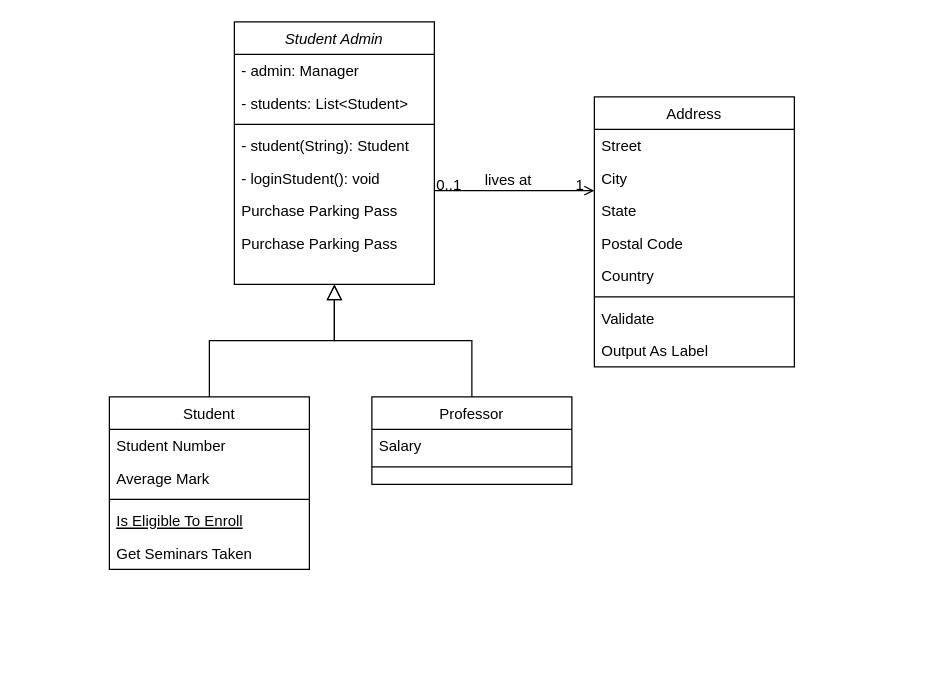
Above: class diagram.drawio in T0R11zzz/Univesity-Enrol (draw.io), before the change. Source tidied: cells renumbered, new cells numbered last; positions are measured from the earlier drawing's top-left corner, leaving out a move shared by most shapes. Both pictures are drawn from the tidied source at 125%, with x=0, y=0 at pixel (109, 21).
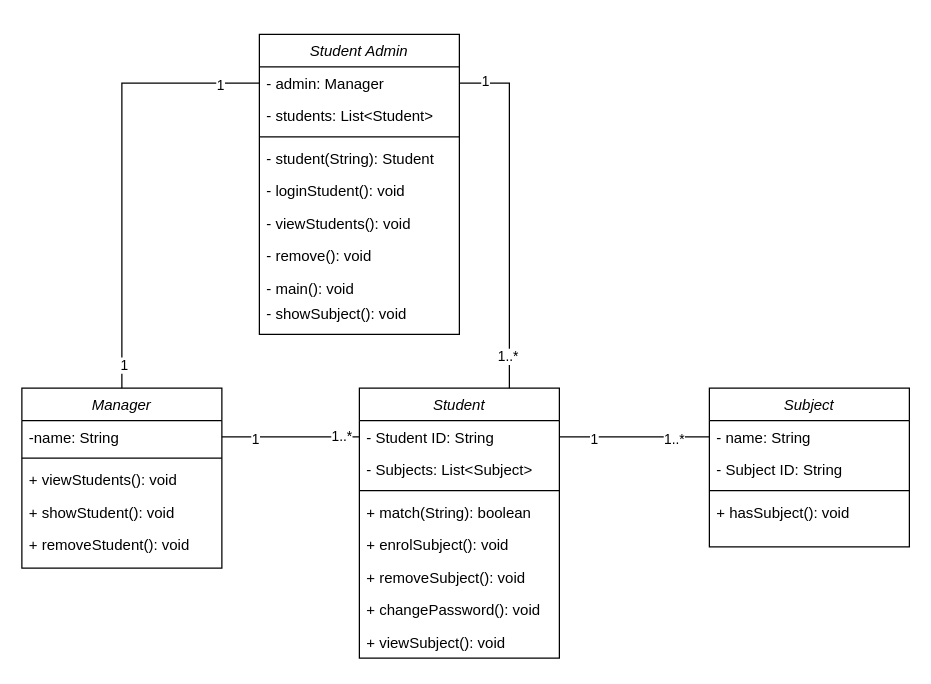
The same page after the edit.

The change refers to these unchanged cells:
```xml
<mxCell id="3" value="- admin: Manager" style="text;align=left;verticalAlign=top;spacingLeft=4;spacingRight=4;overflow=hidden;points=[[0,0.5],[1,0.5]];portConstraint=eastwest;" parent="2" vertex="1">
  <mxGeometry y="26" width="160" height="26" as="geometry" />
</mxCell>
```

Change to the diagram source:
```diff
@@
     <mxCell id="2" value="Student Admin" style="swimlane;fontStyle=2;align=center;verticalAlign=top;horizontal=1;startSize=26;rounded=0;shadow=0;strokeWidth=1;" parent="1" vertex="1">
-      <mxGeometry x="100" width="160" height="210" as="geometry" />
+      <mxGeometry x="120" y="10" width="160" height="240" as="geometry" />
     </mxCell>
@@
-    <mxCell id="8" value="Purchase Parking Pass" style="text;align=left;verticalAlign=top;spacingLeft=4;spacingRight=4;overflow=hidden;" parent="2" vertex="1">
-      <mxGeometry y="138" width="160" height="26" as="geometry" />
-    </mxCell>
-    <mxCell id="9" value="Purchase Parking Pass" style="text;align=left;verticalAlign=top;spacingLeft=4;spacingRight=4;overflow=hidden;" parent="2" vertex="1">
-      <mxGeometry y="164" width="160" height="26" as="geometry" />
+    <mxCell id="9" value="- viewStudents(): void" style="text;align=left;verticalAlign=top;spacingLeft=4;spacingRight=4;overflow=hidden;" parent="2" vertex="1">
+      <mxGeometry y="138" width="160" height="26" as="geometry" />
     </mxCell>
+    <mxCell id="34" value="- remove(): void" style="text;align=left;verticalAlign=top;spacingLeft=4;spacingRight=4;overflow=hidden;" parent="2" vertex="1">
+      <mxGeometry y="164" width="160" height="26" as="geometry" />
+    </mxCell>
+    <mxCell id="35" value="- main(): void" style="text;align=left;verticalAlign=top;spacingLeft=4;spacingRight=4;overflow=hidden;" parent="2" vertex="1">
+      <mxGeometry y="190" width="160" height="20" as="geometry" />
+    </mxCell>
+    <mxCell id="36" value="- showSubject(): void" style="text;align=left;verticalAlign=top;spacingLeft=4;spacingRight=4;overflow=hidden;" parent="2" vertex="1">
+      <mxGeometry y="210" width="160" height="20" as="geometry" />
+    </mxCell>
-    <mxCell id="10" value="Student" style="swimlane;fontStyle=0;align=center;verticalAlign=top;horizontal=1;startSize=26;rounded=0;shadow=0;strokeWidth=1;" parent="1" vertex="1">
-      <mxGeometry y="300" width="160" height="138" as="geometry" />
+    <mxCell id="10" value="Student" style="swimlane;fontStyle=2;align=center;verticalAlign=top;horizontal=1;startSize=26;rounded=0;shadow=0;strokeWidth=1;" parent="1" vertex="1">
+      <mxGeometry x="200" y="293" width="160" height="216" as="geometry" />
     </mxCell>
-    <mxCell id="11" value="Student Number" style="text;align=left;verticalAlign=top;spacingLeft=4;spacingRight=4;overflow=hidden;points=[[0,0.5],[1,0.5]];portConstraint=eastwest;" parent="10" vertex="1">
+    <mxCell id="11" value="- Student ID: String" style="text;align=left;verticalAlign=top;spacingLeft=4;spacingRight=4;overflow=hidden;points=[[0,0.5],[1,0.5]];portConstraint=eastwest;" parent="10" vertex="1">
       <mxGeometry y="26" width="160" height="26" as="geometry" />
     </mxCell>
-    <mxCell id="12" value="Average Mark" style="text;align=left;verticalAlign=top;spacingLeft=4;spacingRight=4;overflow=hidden;rounded=0;shadow=0;html=0;" parent="10" vertex="1">
+    <mxCell id="12" value="- Subjects: List&lt;Subject&gt;" style="text;align=left;verticalAlign=top;spacingLeft=4;spacingRight=4;overflow=hidden;rounded=0;shadow=0;html=0;" parent="10" vertex="1">
       <mxGeometry y="52" width="160" height="26" as="geometry" />
     </mxCell>
@@
-    <mxCell id="14" value="Is Eligible To Enroll" style="text;align=left;verticalAlign=top;spacingLeft=4;spacingRight=4;overflow=hidden;fontStyle=4;" parent="10" vertex="1">
-      <mxGeometry y="86" width="160" height="26" as="geometry" />
-    </mxCell>
-    <mxCell id="15" value="Get Seminars Taken" style="text;align=left;verticalAlign=top;spacingLeft=4;spacingRight=4;overflow=hidden;" parent="10" vertex="1">
-      <mxGeometry y="112" width="160" height="26" as="geometry" />
-    </mxCell>
-    <mxCell id="16" style="endArrow=block;endSize=10;endFill=0;shadow=0;strokeWidth=1;rounded=0;curved=0;edgeStyle=elbowEdgeStyle;elbow=vertical;" parent="1" edge="1" source="10" target="2">
-      <mxGeometry relative="1" as="geometry" />
-    </mxCell>
+    <mxCell id="37" value="+ match(String): boolean" style="text;align=left;verticalAlign=top;spacingLeft=4;spacingRight=4;overflow=hidden;" parent="10" vertex="1">
+      <mxGeometry y="86" width="160" height="26" as="geometry" />
+    </mxCell>
+    <mxCell id="38" value="+ enrolSubject(): void" style="text;align=left;verticalAlign=top;spacingLeft=4;spacingRight=4;overflow=hidden;" parent="10" vertex="1">
+      <mxGeometry y="112" width="160" height="26" as="geometry" />
+    </mxCell>
+    <mxCell id="39" value="+ removeSubject(): void" style="text;align=left;verticalAlign=top;spacingLeft=4;spacingRight=4;overflow=hidden;" parent="10" vertex="1">
+      <mxGeometry y="138" width="160" height="26" as="geometry" />
+    </mxCell>
+    <mxCell id="40" value="+ changePassword(): void" style="text;align=left;verticalAlign=top;spacingLeft=4;spacingRight=4;overflow=hidden;" parent="10" vertex="1">
+      <mxGeometry y="164" width="160" height="26" as="geometry" />
+    </mxCell>
+    <mxCell id="41" value="+ viewSubject(): void" style="text;align=left;verticalAlign=top;spacingLeft=4;spacingRight=4;overflow=hidden;" parent="10" vertex="1">
+      <mxGeometry y="190" width="160" height="26" as="geometry" />
+    </mxCell>
-    <mxCell id="17" value="Professor" style="swimlane;fontStyle=0;align=center;verticalAlign=top;horizontal=1;startSize=26;rounded=0;shadow=0;strokeWidth=1;" parent="1" vertex="1">
-      <mxGeometry x="210" y="300" width="160" height="70" as="geometry" />
+    <mxCell id="17" value="Manager" style="swimlane;fontStyle=2;align=center;verticalAlign=top;horizontal=1;startSize=26;rounded=0;shadow=0;strokeWidth=1;" parent="1" vertex="1">
+      <mxGeometry x="-70" y="293" width="160" height="144" as="geometry" />
     </mxCell>
-    <mxCell id="18" value="Salary" style="text;align=left;verticalAlign=top;spacingLeft=4;spacingRight=4;overflow=hidden;points=[[0,0.5],[1,0.5]];portConstraint=eastwest;" parent="17" vertex="1">
+    <mxCell id="18" value="-name: String" style="text;align=left;verticalAlign=top;spacingLeft=4;spacingRight=4;overflow=hidden;points=[[0,0.5],[1,0.5]];portConstraint=eastwest;" parent="17" vertex="1">
       <mxGeometry y="26" width="160" height="26" as="geometry" />
     </mxCell>
@@
-    <mxCell id="20" style="endArrow=block;endSize=10;endFill=0;shadow=0;strokeWidth=1;rounded=0;curved=0;edgeStyle=elbowEdgeStyle;elbow=vertical;" parent="1" edge="1" source="17" target="2">
-      <mxGeometry relative="1" as="geometry" />
-    </mxCell>
+    <mxCell id="42" value="+ viewStudents(): void" style="text;align=left;verticalAlign=top;spacingLeft=4;spacingRight=4;overflow=hidden;" parent="17" vertex="1">
+      <mxGeometry y="60" width="160" height="26" as="geometry" />
+    </mxCell>
+    <mxCell id="43" value="+ showStudent(): void" style="text;align=left;verticalAlign=top;spacingLeft=4;spacingRight=4;overflow=hidden;" parent="17" vertex="1">
+      <mxGeometry y="86" width="160" height="26" as="geometry" />
+    </mxCell>
+    <mxCell id="44" value="+ removeStudent(): void" style="text;align=left;verticalAlign=top;spacingLeft=4;spacingRight=4;overflow=hidden;" parent="17" vertex="1">
+      <mxGeometry y="112" width="160" height="26" as="geometry" />
+    </mxCell>
-    <mxCell id="21" value="Address" style="swimlane;fontStyle=0;align=center;verticalAlign=top;horizontal=1;startSize=26;rounded=0;shadow=0;strokeWidth=1;" parent="1" vertex="1">
-      <mxGeometry x="388" y="60" width="160" height="216" as="geometry" />
+    <mxCell id="21" value="Subject" style="swimlane;fontStyle=2;align=center;verticalAlign=top;horizontal=1;startSize=26;rounded=0;shadow=0;strokeWidth=1;" parent="1" vertex="1">
+      <mxGeometry x="480" y="293" width="160" height="127" as="geometry" />
     </mxCell>
-    <mxCell id="22" value="Street" style="text;align=left;verticalAlign=top;spacingLeft=4;spacingRight=4;overflow=hidden;points=[[0,0.5],[1,0.5]];portConstraint=eastwest;" parent="21" vertex="1">
+    <mxCell id="22" value="- name: String" style="text;align=left;verticalAlign=top;spacingLeft=4;spacingRight=4;overflow=hidden;points=[[0,0.5],[1,0.5]];portConstraint=eastwest;" parent="21" vertex="1">
       <mxGeometry y="26" width="160" height="26" as="geometry" />
     </mxCell>
-    <mxCell id="23" value="City" style="text;align=left;verticalAlign=top;spacingLeft=4;spacingRight=4;overflow=hidden;rounded=0;shadow=0;html=0;" parent="21" vertex="1">
+    <mxCell id="23" value="- Subject ID: String" style="text;align=left;verticalAlign=top;spacingLeft=4;spacingRight=4;overflow=hidden;rounded=0;shadow=0;html=0;" parent="21" vertex="1">
       <mxGeometry y="52" width="160" height="26" as="geometry" />
     </mxCell>
-    <mxCell id="24" value="State" style="text;align=left;verticalAlign=top;spacingLeft=4;spacingRight=4;overflow=hidden;rounded=0;shadow=0;html=0;" parent="21" vertex="1">
-      <mxGeometry y="78" width="160" height="26" as="geometry" />
-    </mxCell>
-    <mxCell id="25" value="Postal Code" style="text;align=left;verticalAlign=top;spacingLeft=4;spacingRight=4;overflow=hidden;rounded=0;shadow=0;html=0;" parent="21" vertex="1">
-      <mxGeometry y="104" width="160" height="26" as="geometry" />
-    </mxCell>
-    <mxCell id="26" value="Country" style="text;align=left;verticalAlign=top;spacingLeft=4;spacingRight=4;overflow=hidden;rounded=0;shadow=0;html=0;" parent="21" vertex="1">
-      <mxGeometry y="130" width="160" height="26" as="geometry" />
-    </mxCell>
     <mxCell id="27" style="line;html=1;strokeWidth=1;align=left;verticalAlign=middle;spacingTop=-1;spacingLeft=3;spacingRight=3;labelPosition=right;" parent="21" vertex="1">
-      <mxGeometry y="156" width="160" height="8" as="geometry" />
+      <mxGeometry y="78" width="160" height="8" as="geometry" />
     </mxCell>
-    <mxCell id="28" value="Validate" style="text;align=left;verticalAlign=top;spacingLeft=4;spacingRight=4;overflow=hidden;" parent="21" vertex="1">
-      <mxGeometry y="164" width="160" height="26" as="geometry" />
-    </mxCell>
-    <mxCell id="29" value="Output As Label" style="text;align=left;verticalAlign=top;spacingLeft=4;spacingRight=4;overflow=hidden;" parent="21" vertex="1">
-      <mxGeometry y="190" width="160" height="26" as="geometry" />
+    <mxCell id="29" value="+ hasSubject(): void" style="text;align=left;verticalAlign=top;spacingLeft=4;spacingRight=4;overflow=hidden;" parent="21" vertex="1">
+      <mxGeometry y="86" width="160" height="26" as="geometry" />
     </mxCell>
-    <mxCell id="30" style="endArrow=open;shadow=0;strokeWidth=1;rounded=0;curved=0;endFill=1;edgeStyle=elbowEdgeStyle;elbow=vertical;" parent="1" edge="1" source="2" target="21">
-      <mxGeometry x="0.5" y="41" relative="1" as="geometry">
-        <mxPoint x="-40" y="32" as="offset" />
-      </mxGeometry>
-    </mxCell>
-    <mxCell id="31" value="0..1" style="align=left;verticalAlign=bottom;labelBackgroundColor=none;fontSize=12;" parent="30" vertex="1">
-      <mxGeometry x="-1" relative="1" as="geometry">
-        <mxPoint y="4" as="offset" />
-      </mxGeometry>
-    </mxCell>
-    <mxCell id="32" value="1" style="align=right;verticalAlign=bottom;labelBackgroundColor=none;fontSize=12;" parent="30" vertex="1">
-      <mxGeometry x="1" relative="1" as="geometry">
-        <mxPoint x="-7" y="4" as="offset" />
-      </mxGeometry>
-    </mxCell>
-    <mxCell id="33" value="lives at" style="text;html=1;align=center;verticalAlign=middle;labelBackgroundColor=none;rounded=0;shadow=0;strokeWidth=1;fontSize=12;" parent="30" vertex="1">
-      <mxGeometry x="0.5" y="49" relative="1" as="geometry">
-        <mxPoint x="-38" y="40" as="offset" />
-      </mxGeometry>
-    </mxCell>
+    <mxCell id="45" style="endArrow=none;startArrow=none;endFill=0;startFill=0;endSize=8;html=1;verticalAlign=bottom;labelBackgroundColor=none;strokeWidth=1;rounded=0;exitX=0.5;exitY=0;exitDx=0;exitDy=0;entryX=0;entryY=0.5;entryDx=0;entryDy=0;curved=0;" parent="1" edge="1" source="17" target="3">
+      <mxGeometry relative="1" as="geometry">
+        <Array as="points">
+          <mxPoint x="10" y="270" />
+          <mxPoint x="10" y="49" />
+        </Array>
+      </mxGeometry>
+    </mxCell>
+    <mxCell id="46" value="1" style="edgeLabel;html=1;align=center;verticalAlign=middle;" parent="45" vertex="1">
+      <mxGeometry x="-0.89" y="-1" relative="1" as="geometry" />
+    </mxCell>
+    <mxCell id="47" value="1" style="edgeLabel;html=1;align=center;verticalAlign=middle;" parent="45" vertex="1">
+      <mxGeometry x="0.82" y="-1" relative="1" as="geometry" />
+    </mxCell>
+    <mxCell id="48" style="edgeStyle=orthogonalEdgeStyle;rounded=0;jettySize=auto;html=1;exitX=1;exitY=0.5;exitDx=0;exitDy=0;entryX=0;entryY=0.5;entryDx=0;entryDy=0;endArrow=none;endFill=0;" parent="1" edge="1" source="18" target="11">
+      <mxGeometry relative="1" as="geometry" />
+    </mxCell>
+    <mxCell id="49" value="1" style="edgeLabel;html=1;align=center;verticalAlign=middle;" parent="48" vertex="1">
+      <mxGeometry x="-0.52" y="-1" relative="1" as="geometry" />
+    </mxCell>
+    <mxCell id="50" value="1..*" style="edgeLabel;html=1;align=center;verticalAlign=middle;" parent="48" vertex="1">
+      <mxGeometry x="0.72" y="1" relative="1" as="geometry" />
+    </mxCell>
+    <mxCell id="51" style="edgeStyle=orthogonalEdgeStyle;rounded=0;jettySize=auto;html=1;exitX=1;exitY=0.5;exitDx=0;exitDy=0;entryX=0.75;entryY=0;entryDx=0;entryDy=0;endArrow=none;endFill=0;" parent="1" edge="1" source="3" target="10">
+      <mxGeometry relative="1" as="geometry">
+        <Array as="points">
+          <mxPoint x="320" y="49" />
+        </Array>
+      </mxGeometry>
+    </mxCell>
+    <mxCell id="52" value="1" style="edgeLabel;html=1;align=center;verticalAlign=middle;" parent="51" vertex="1">
+      <mxGeometry x="-0.86" y="2" relative="1" as="geometry" />
+    </mxCell>
+    <mxCell id="53" value="1..*" style="edgeLabel;html=1;align=center;verticalAlign=middle;" parent="51" vertex="1">
+      <mxGeometry x="0.82" y="-2" relative="1" as="geometry" />
+    </mxCell>
+    <mxCell id="54" style="edgeStyle=orthogonalEdgeStyle;rounded=0;jettySize=auto;html=1;exitX=1;exitY=0.5;exitDx=0;exitDy=0;entryX=0;entryY=0.5;entryDx=0;entryDy=0;endArrow=none;endFill=0;" parent="1" edge="1" source="11" target="22">
+      <mxGeometry relative="1" as="geometry" />
+    </mxCell>
+    <mxCell id="55" value="1" style="edgeLabel;html=1;align=center;verticalAlign=middle;" parent="54" vertex="1">
+      <mxGeometry x="-0.55" y="-1" relative="1" as="geometry" />
+    </mxCell>
+    <mxCell id="56" value="1..*" style="edgeLabel;html=1;align=center;verticalAlign=middle;" parent="54" vertex="1">
+      <mxGeometry x="0.52" y="-1" relative="1" as="geometry" />
+    </mxCell>
```
